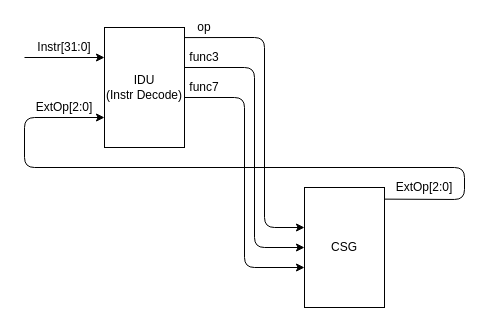
Earlier version of the draw.io diagram npc/ArchGraph/arch.dio (yHan234/ysyx-workbench). Source tidied: cells renumbered, new cells numbered last; positions are measured from the earlier drawing's top-left corner, leaving out a move shared by most shapes. Both pictures are drawn from the tidied source at 100%, with x=0, y=0 at pixel (24, 17).
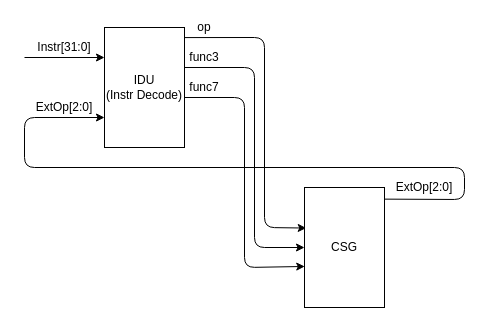
The same diagram, later.

Unchanged cells that the change refers to:
```xml
<mxCell id="2" value="IDU&lt;br&gt;(Instr Decode)" style="rounded=0;whiteSpace=wrap;html=1;" parent="1" vertex="1">
  <mxGeometry x="80" y="10" width="80" height="120" as="geometry" />
</mxCell>
<mxCell id="13" value="CSG" style="rounded=0;whiteSpace=wrap;html=1;" parent="1" vertex="1">
  <mxGeometry x="280" y="170" width="80" height="120" as="geometry" />
</mxCell>
```

Diff of the diagram source:
```diff
@@
-    <mxCell id="7" style="endArrow=classic;html=1;exitX=1.004;exitY=0.084;exitDx=0;exitDy=0;exitPerimeter=0;" parent="1" edge="1" source="2">
+    <mxCell id="7" style="endArrow=classic;html=1;exitX=1.004;exitY=0.084;exitDx=0;exitDy=0;exitPerimeter=0;entryX=0.022;entryY=0.338;entryDx=0;entryDy=0;entryPerimeter=0;" parent="1" edge="1" source="2" target="13">
       <mxGeometry relative="1" as="geometry">
-        <mxPoint x="280" y="210" as="targetPoint" />
         <Array as="points">
           <mxPoint x="240" y="20" />
           <mxPoint x="240" y="210" />
         </Array>
       </mxGeometry>
     </mxCell>
@@
-    <mxCell id="9" style="endArrow=classic;html=1;" parent="1" edge="1">
+    <mxCell id="9" style="endArrow=classic;html=1;entryX=0;entryY=0.5;entryDx=0;entryDy=0;" parent="1" edge="1" target="13">
       <mxGeometry relative="1" as="geometry">
         <mxPoint x="160" y="50" as="sourcePoint" />
-        <mxPoint x="280" y="230" as="targetPoint" />
         <Array as="points">
           <mxPoint x="230" y="50" />
           <mxPoint x="230" y="230" />
         </Array>
       </mxGeometry>
     </mxCell>
@@
-    <mxCell id="11" style="endArrow=classic;html=1;" parent="1" edge="1">
+    <mxCell id="11" style="endArrow=classic;html=1;entryX=0.003;entryY=0.658;entryDx=0;entryDy=0;entryPerimeter=0;" parent="1" edge="1" target="13">
       <mxGeometry relative="1" as="geometry">
         <mxPoint x="160" y="80" as="sourcePoint" />
-        <mxPoint x="280" y="250" as="targetPoint" />
         <Array as="points">
           <mxPoint x="220" y="80" />
           <mxPoint x="220" y="250" />
         </Array>
       </mxGeometry>
     </mxCell>
```
